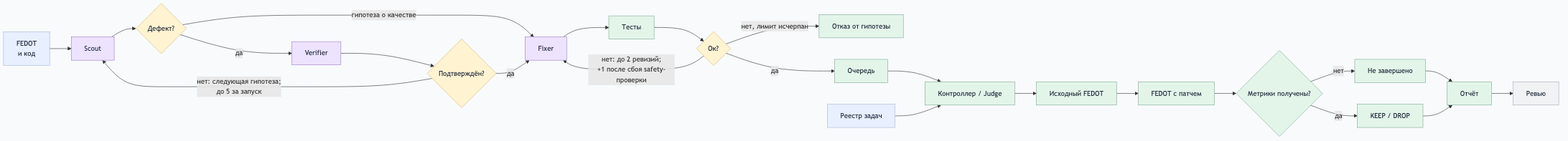
Above: fedotllm/agents/evolve/docs/evolve-flowchart.png in anpilove/FEDOT.LLM (Mermaid), before the change. Its source is kept beside it as fedotllm/agents/evolve/docs/evolve-flowchart.mmd. Source of this version:
```mermaid
flowchart LR
    source["FEDOT<br/>и код"] --> scout["Scout"]
    scout --> kind{"Дефект?"}
    kind -- "да" --> verifier["Verifier"]
    kind -- "гипотеза о качестве" --> fixer["Fixer"]
    verifier --> confirmed{"Подтверждён?"}
    confirmed -- "да" --> fixer
    confirmed -- "нет: следующая гипотеза;<br/>до 5 за запуск" --> scout
    fixer --> tests["Тесты"] --> ok{"Ок?"}
    ok -- "нет: до 2 ревизий;<br/>+1 после сбоя safety-проверки" --> fixer
    ok -- "нет, лимит исчерпан" --> rejected["Отказ от гипотезы"]
    ok -- "да" --> queue["Очередь"]
    queue --> controller["Контроллер / Judge"]
    registry["Реестр задач"] --> controller
    controller --> stock["Исходный FEDOT"] --> patched["FEDOT с патчем"]
    patched --> metrics{"Метрики получены?"}
    metrics -- "нет" --> incomplete["Не завершено"]
    metrics -- "да" --> decision["KEEP / DROP"]
    incomplete --> report["Отчёт"]
    decision --> report --> review["Ревью"]

    classDef llm fill:#ede3ff,stroke:#9d7bc5,color:#1e293b
    classDef automatic fill:#e3f5e9,stroke:#7da994,color:#1e293b
    classDef data fill:#e8efff,stroke:#a7b8d5,color:#1e293b
    classDef choice fill:#fff3d1,stroke:#d5bb77,color:#1e293b
    classDef human fill:#f1f2f4,stroke:#a5aab2,color:#1e293b
    class scout,verifier,fixer llm
    class tests,queue,controller,stock,patched,metrics,incomplete,decision,report,rejected automatic
    class source,registry data
    class kind,confirmed,ok choice
    class review human
```
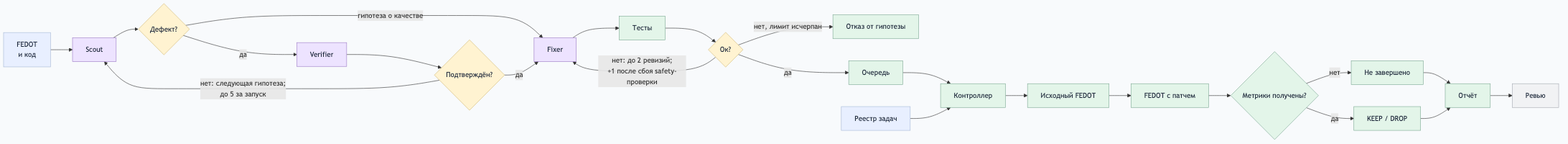
The same file after the commit.

Commit message:
docs(evolve): use Controller consistently in design document

The edit, as a diff of the source:
```diff
@@ -10,7 +10,7 @@
     ok -- "нет: до 2 ревизий;<br/>+1 после сбоя safety-проверки" --> fixer
     ok -- "нет, лимит исчерпан" --> rejected["Отказ от гипотезы"]
     ok -- "да" --> queue["Очередь"]
-    queue --> controller["Контроллер / Judge"]
+    queue --> controller["Контроллер"]
     registry["Реестр задач"] --> controller
     controller --> stock["Исходный FEDOT"] --> patched["FEDOT с патчем"]
     patched --> metrics{"Метрики получены?"}
```
